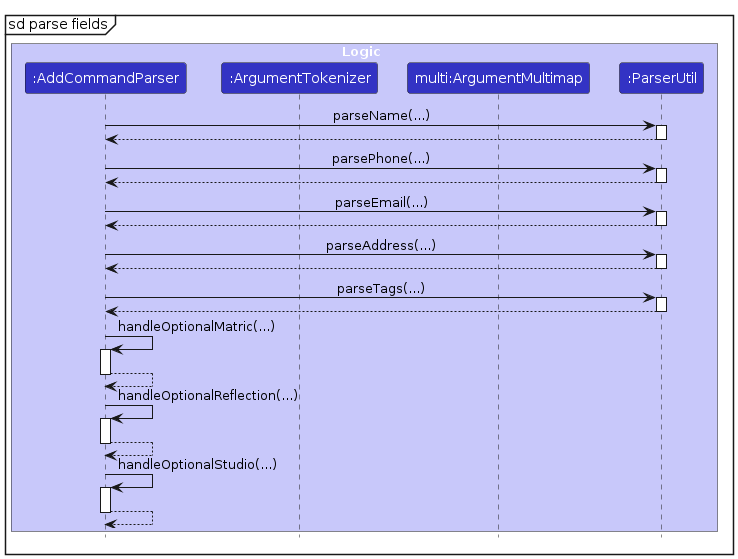
Before: diagrams/AddCommandParsing.png, a diagram exported from PlantUML (AY2324S2-CS2103T-T10-1/tp). Its source is kept beside it as diagrams/AddCommandParsing.puml. Source of this version:
```plantuml
@startuml
!include style.puml
skinparam ArrowFontStyle plain

box Logic LOGIC_COLOR_T1
participant ":AddCommandParser" as AddCommandParser LOGIC_COLOR
participant ":ArgumentTokenizer" as ArgumentTokenizer LOGIC_COLOR
participant "multi:ArgumentMultimap" as ArgumentMultimap LOGIC_COLOR
participant ":ParserUtil" as ParserUtil LOGIC_COLOR
end box

mainFrame sd parse fields
AddCommandParser -> ParserUtil : parseName(...)
activate ParserUtil
ParserUtil --> AddCommandParser
deactivate ParserUtil
AddCommandParser -> ParserUtil : parsePhone(...)
activate ParserUtil
ParserUtil --> AddCommandParser
deactivate ParserUtil
AddCommandParser -> ParserUtil : parseEmail(...)
activate ParserUtil
ParserUtil --> AddCommandParser
deactivate ParserUtil
AddCommandParser -> ParserUtil : parseAddress(...)
activate ParserUtil
ParserUtil --> AddCommandParser
deactivate ParserUtil
AddCommandParser -> ParserUtil : parseTags(...)
activate ParserUtil
ParserUtil --> AddCommandParser
deactivate ParserUtil

AddCommandParser -> AddCommandParser : handleOptionalMatric(...)
activate AddCommandParser
AddCommandParser --> AddCommandParser
deactivate AddCommandParser
AddCommandParser -> AddCommandParser : handleOptionalReflection(...)
activate AddCommandParser
AddCommandParser --> AddCommandParser
deactivate AddCommandParser
AddCommandParser -> AddCommandParser : handleOptionalStudio(...)
activate AddCommandParser
AddCommandParser --> AddCommandParser
deactivate AddCommandParser
@enduml
```
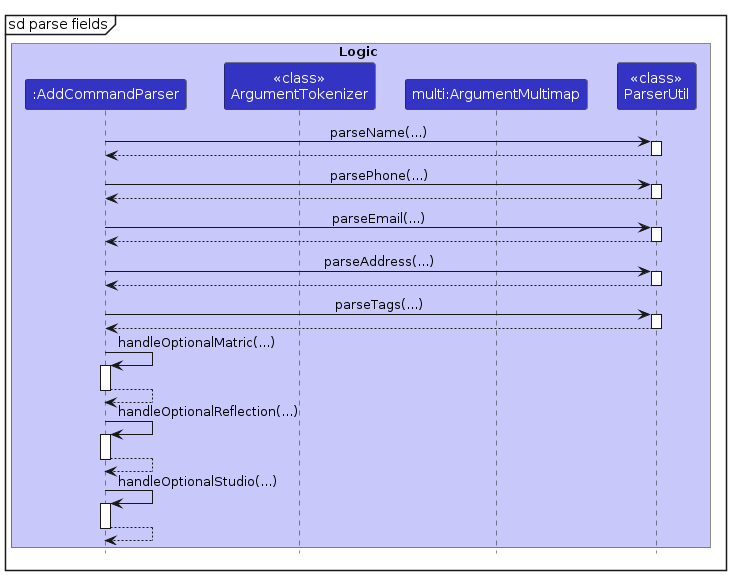
After the change.

The edit, as a diff of the source:
```diff
@@ -4,9 +4,9 @@
 
 box Logic LOGIC_COLOR_T1
 participant ":AddCommandParser" as AddCommandParser LOGIC_COLOR
-participant ":ArgumentTokenizer" as ArgumentTokenizer LOGIC_COLOR
+participant "<<class>>\nArgumentTokenizer" as ArgumentTokenizer LOGIC_COLOR
 participant "multi:ArgumentMultimap" as ArgumentMultimap LOGIC_COLOR
-participant ":ParserUtil" as ParserUtil LOGIC_COLOR
+participant "<<class>>\nParserUtil" as ParserUtil LOGIC_COLOR
 end box
 
 mainFrame sd parse fields
```
